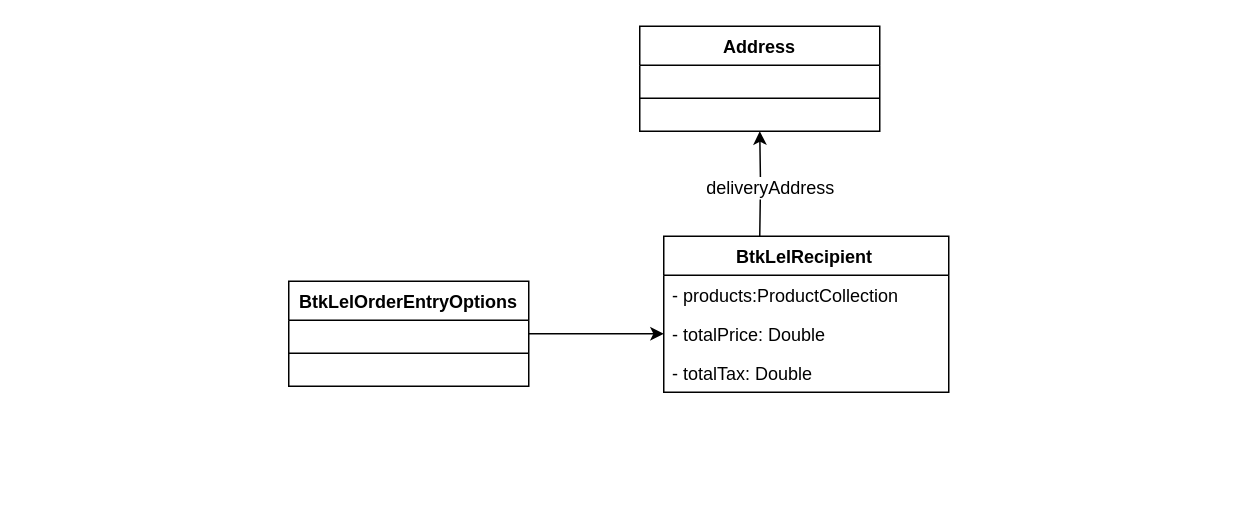
Before: Untitled Diagram.drawio in elaissoussi/draw.io, a draw.io diagram. Source tidied: cells renumbered, new cells numbered last; positions are measured from the earlier drawing's top-left corner, leaving out a move shared by most shapes. Both pictures are drawn from the tidied source at 150%, with x=0, y=0 at pixel (288, 26).
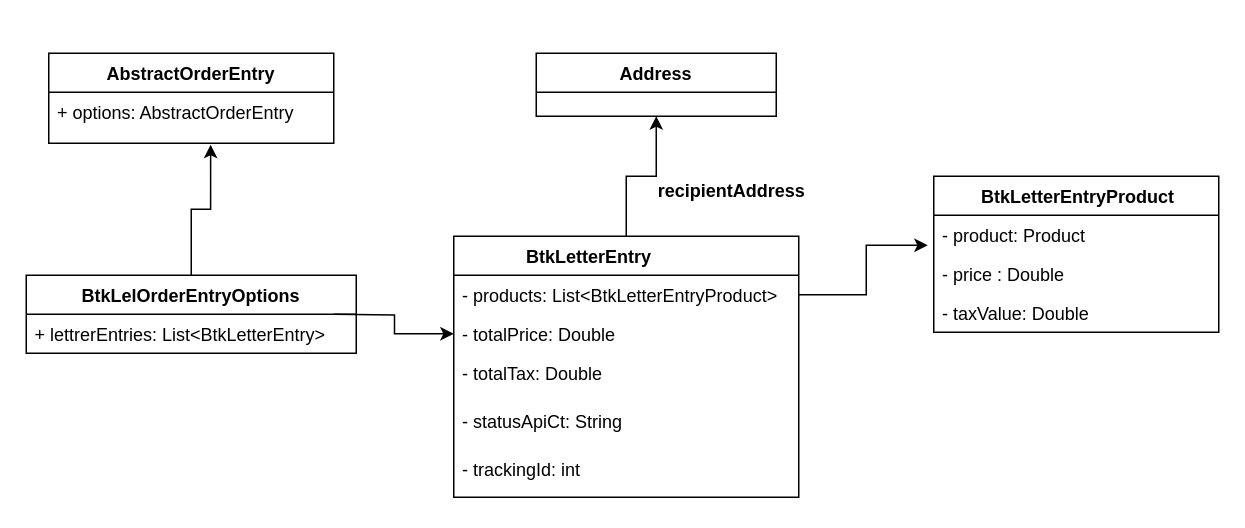
After the change.

The edit, as a diff of the source:
```diff
@@
-    <mxCell id="2" style="edgeStyle=orthogonalEdgeStyle;rounded=0;jettySize=auto;html=1;exitX=1;exitY=0.5;exitDx=0;exitDy=0;" parent="1" edge="1" source="3" target="11">
-      <mxGeometry relative="1" as="geometry" />
+    <mxCell id="2" style="edgeStyle=orthogonalEdgeStyle;rounded=0;jettySize=auto;html=1;exitX=1;exitY=0.5;exitDx=0;exitDy=0;" parent="1" edge="1" target="11">
+      <mxGeometry relative="1" as="geometry">
+        <mxPoint x="30" y="192" as="sourcePoint" />
+      </mxGeometry>
     </mxCell>
-    <mxCell id="3" value="BtkLelOrderEntryOptions" style="swimlane;fontStyle=1;align=center;verticalAlign=top;horizontal=1;startSize=26;" parent="1" vertex="1">
-      <mxGeometry y="170" width="160" height="70" as="geometry" />
-    </mxCell>
-    <mxCell id="4" style="line;strokeWidth=1;fillColor=none;align=left;verticalAlign=middle;spacingTop=-1;spacingLeft=3;spacingRight=3;labelPosition=right;" parent="3" vertex="1">
-      <mxGeometry y="26" width="160" height="44" as="geometry" />
-    </mxCell>
-    <mxCell id="5" style="edgeStyle=orthogonalEdgeStyle;rounded=0;jettySize=auto;html=1;exitX=0.5;exitY=0;exitDx=0;exitDy=0;entryX=0.5;entryY=1;entryDx=0;entryDy=0;" parent="1" edge="1" target="7">
-      <mxGeometry relative="1" as="geometry">
-        <mxPoint x="314" y="140" as="sourcePoint" />
-      </mxGeometry>
-    </mxCell>
-    <mxCell id="6" value="deliveryAddress" style="text;html=1;align=center;verticalAlign=middle;labelBackgroundColor=#ffffff;" parent="5" vertex="1">
-      <mxGeometry x="-0.1" y="2" relative="1" as="geometry">
-        <mxPoint x="8" as="offset" />
-      </mxGeometry>
-    </mxCell>
+    <mxCell id="13" style="edgeStyle=orthogonalEdgeStyle;rounded=0;jettySize=auto;html=1;entryX=0.568;entryY=1.029;entryDx=0;entryDy=0;entryPerimeter=0;" parent="1" edge="1" source="3" target="18">
+      <mxGeometry relative="1" as="geometry" />
+    </mxCell>
     <mxCell id="7" value="Address" style="swimlane;fontStyle=1;align=center;verticalAlign=top;horizontal=1;startSize=26;" parent="1" vertex="1">
-      <mxGeometry x="234" width="160" height="70" as="geometry" />
+      <mxGeometry x="165" y="18" width="160" height="42" as="geometry" />
     </mxCell>
-    <mxCell id="8" style="line;strokeWidth=1;fillColor=none;align=left;verticalAlign=middle;spacingTop=-1;spacingLeft=3;spacingRight=3;labelPosition=right;" parent="7" vertex="1">
-      <mxGeometry y="26" width="160" height="44" as="geometry" />
-    </mxCell>
+    <mxCell id="14" style="edgeStyle=orthogonalEdgeStyle;rounded=0;jettySize=auto;html=1;exitX=0.5;exitY=0;exitDx=0;exitDy=0;entryX=0.5;entryY=1;entryDx=0;entryDy=0;" parent="1" edge="1" source="9" target="7">
+      <mxGeometry relative="1" as="geometry" />
+    </mxCell>
-    <mxCell id="9" value="              BtkLelRecipient" style="swimlane;fontStyle=1;horizontal=1;startSize=26;fillColor=none;align=left;" parent="1" vertex="1">
-      <mxGeometry x="250" y="140" width="190" height="104" as="geometry" />
+    <mxCell id="9" value="              BtkLetterEntry" style="swimlane;fontStyle=1;horizontal=1;startSize=26;fillColor=none;align=left;" parent="1" vertex="1">
+      <mxGeometry x="110" y="140" width="230" height="174" as="geometry" />
     </mxCell>
-    <mxCell id="10" value="- products:ProductCollection" style="text;strokeColor=none;fillColor=none;align=left;verticalAlign=top;spacingLeft=4;spacingRight=4;overflow=hidden;points=[[0,0.5],[1,0.5]];portConstraint=eastwest;" parent="9" vertex="1">
-      <mxGeometry y="26" width="190" height="26" as="geometry" />
+    <mxCell id="10" value="- products: List&lt;BtkLetterEntryProduct&gt;" style="text;strokeColor=none;fillColor=none;align=left;verticalAlign=top;spacingLeft=4;spacingRight=4;overflow=hidden;points=[[0,0.5],[1,0.5]];portConstraint=eastwest;" parent="9" vertex="1">
+      <mxGeometry y="26" width="230" height="26" as="geometry" />
     </mxCell>
     <mxCell id="11" value="- totalPrice: Double" style="text;strokeColor=none;fillColor=none;align=left;verticalAlign=top;spacingLeft=4;spacingRight=4;overflow=hidden;points=[[0,0.5],[1,0.5]];portConstraint=eastwest;" parent="9" vertex="1">
-      <mxGeometry y="52" width="190" height="26" as="geometry" />
+      <mxGeometry y="52" width="230" height="26" as="geometry" />
     </mxCell>
     <mxCell id="12" value="- totalTax: Double" style="text;strokeColor=none;fillColor=none;align=left;verticalAlign=top;spacingLeft=4;spacingRight=4;overflow=hidden;" parent="9" vertex="1">
-      <mxGeometry y="78" width="190" height="26" as="geometry" />
+      <mxGeometry y="78" width="230" height="32" as="geometry" />
     </mxCell>
+    <mxCell id="15" value="- statusApiCt: String" style="text;strokeColor=none;fillColor=none;align=left;verticalAlign=top;spacingLeft=4;spacingRight=4;overflow=hidden;" parent="9" vertex="1">
+      <mxGeometry y="110" width="230" height="32" as="geometry" />
+    </mxCell>
+    <mxCell id="16" value="- trackingId: int" style="text;strokeColor=none;fillColor=none;align=left;verticalAlign=top;spacingLeft=4;spacingRight=4;overflow=hidden;" parent="9" vertex="1">
+      <mxGeometry y="142" width="230" height="32" as="geometry" />
+    </mxCell>
+    <mxCell id="17" value="AbstractOrderEntry" style="swimlane;fontStyle=1;horizontal=1;startSize=26;fillColor=none;" parent="1" vertex="1">
+      <mxGeometry x="-160" y="18" width="190" height="60" as="geometry" />
+    </mxCell>
+    <mxCell id="18" value="+ options: AbstractOrderEntry" style="text;strokeColor=none;fillColor=none;align=left;verticalAlign=top;spacingLeft=4;spacingRight=4;overflow=hidden;points=[[0,0.5],[1,0.5]];portConstraint=eastwest;" parent="17" vertex="1">
+      <mxGeometry y="26" width="190" height="34" as="geometry" />
+    </mxCell>
+    <mxCell id="3" value="BtkLelOrderEntryOptions" style="swimlane;fontStyle=1;horizontal=1;startSize=26;fillColor=none;" parent="1" vertex="1">
+      <mxGeometry x="-175" y="166" width="220" height="52" as="geometry" />
+    </mxCell>
+    <mxCell id="19" value="+ lettrerEntries: List&lt;BtkLetterEntry&gt;" style="text;strokeColor=none;fillColor=none;align=left;verticalAlign=top;spacingLeft=4;spacingRight=4;overflow=hidden;" parent="3" vertex="1">
+      <mxGeometry y="26" width="220" height="26" as="geometry" />
+    </mxCell>
+    <mxCell id="20" value="&lt;b&gt;recipientAddress&lt;/b&gt;" style="text;html=1;align=center;verticalAlign=middle;" parent="1" vertex="1">
+      <mxGeometry x="240" y="100" width="110" height="20" as="geometry" />
+    </mxCell>
+    <mxCell id="21" value="         BtkLetterEntryProduct" style="swimlane;fontStyle=1;horizontal=1;startSize=26;fillColor=none;align=left;" parent="1" vertex="1">
+      <mxGeometry x="430" y="100" width="190" height="104" as="geometry" />
+    </mxCell>
+    <mxCell id="22" value="- product: Product" style="text;strokeColor=none;fillColor=none;align=left;verticalAlign=top;spacingLeft=4;spacingRight=4;overflow=hidden;points=[[0,0.5],[1,0.5]];portConstraint=eastwest;" parent="21" vertex="1">
+      <mxGeometry y="26" width="190" height="26" as="geometry" />
+    </mxCell>
+    <mxCell id="23" value="- price : Double" style="text;strokeColor=none;fillColor=none;align=left;verticalAlign=top;spacingLeft=4;spacingRight=4;overflow=hidden;" parent="21" vertex="1">
+      <mxGeometry y="52" width="190" height="26" as="geometry" />
+    </mxCell>
+    <mxCell id="24" value="- taxValue: Double" style="text;strokeColor=none;fillColor=none;align=left;verticalAlign=top;spacingLeft=4;spacingRight=4;overflow=hidden;" parent="21" vertex="1">
+      <mxGeometry y="78" width="190" height="26" as="geometry" />
+    </mxCell>
+    <mxCell id="25" style="edgeStyle=orthogonalEdgeStyle;rounded=0;jettySize=auto;html=1;exitX=1;exitY=0.5;exitDx=0;exitDy=0;entryX=-0.021;entryY=0.769;entryDx=0;entryDy=0;entryPerimeter=0;" parent="1" edge="1" source="10" target="22">
+      <mxGeometry relative="1" as="geometry" />
+    </mxCell>
```
